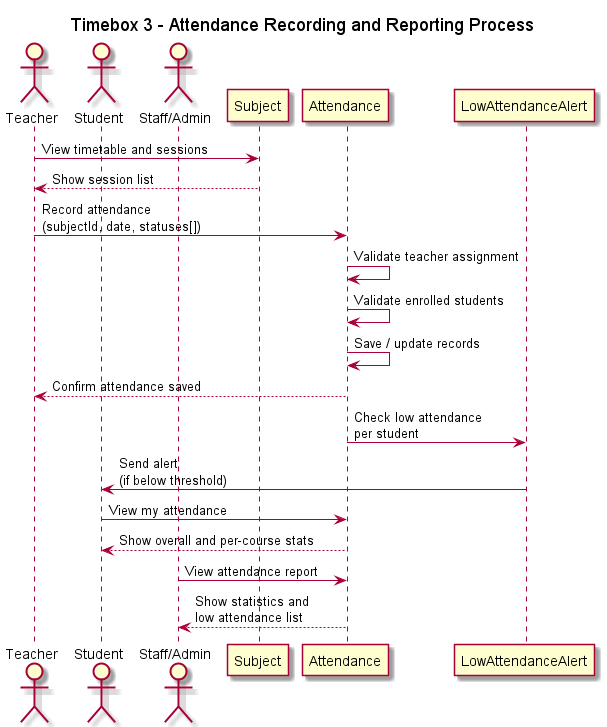
Above: out/sequence/Timebox3_AttendanceSequence/Timebox3_AttendanceSequence.png in KyawMyoHtay1/academic-portal (PlantUML), before the change. Its diagram source:
```plantuml
@startuml
title Timebox 3 - Attendance Recording and Reporting Process

actor Teacher
actor Student
actor Staff as "Staff/Admin"

participant "Subject" as Subject
participant "Attendance" as Attendance
participant "LowAttendanceAlert" as Alert

Teacher -> Subject: View timetable and sessions
Subject --> Teacher: Show session list

Teacher -> Attendance: Record attendance\n(subjectId, date, statuses[])
Attendance -> Attendance: Validate teacher assignment
Attendance -> Attendance: Validate enrolled students
Attendance -> Attendance: Save / update records
Attendance --> Teacher: Confirm attendance saved

Attendance -> Alert: Check low attendance\nper student
Alert -> Student: Send alert\n(if below threshold)

Student -> Attendance: View my attendance
Attendance --> Student: Show overall and per-course stats

Staff -> Attendance: View attendance report
Attendance --> Staff: Show statistics and\nlow attendance list

@enduml
```
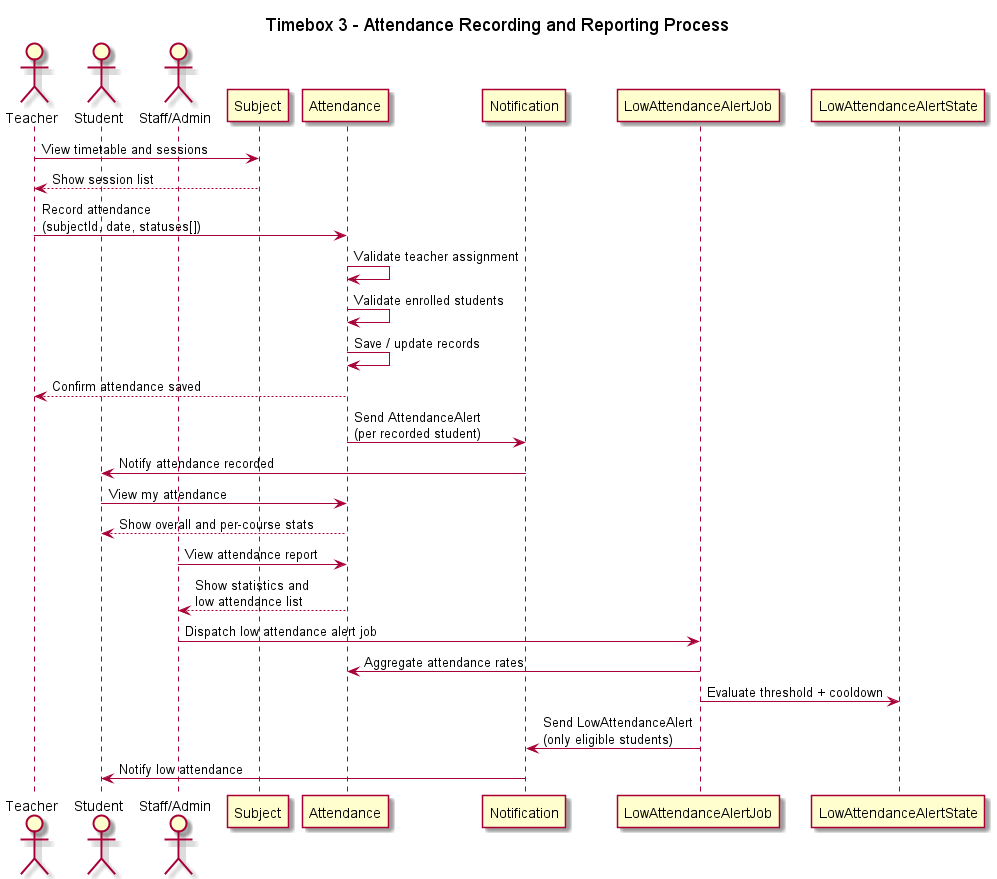
After the change.

Commit message:
Update sequence diagrams: Replace existing PNG files for Timebox1 and Timebox2 sequences, and update Timebox3 sequences to reflect the latest design changes.

The edit, as a diff of the source:
```diff
@@ -7,7 +7,9 @@
 
 participant "Subject" as Subject
 participant "Attendance" as Attendance
-participant "LowAttendanceAlert" as Alert
+participant "Notification" as Notification
+participant "LowAttendanceAlertJob" as AlertJob
+participant "LowAttendanceAlertState" as AlertState
 
 Teacher -> Subject: View timetable and sessions
 Subject --> Teacher: Show session list
@@ -18,8 +20,8 @@
 Attendance -> Attendance: Save / update records
 Attendance --> Teacher: Confirm attendance saved
 
-Attendance -> Alert: Check low attendance\nper student
-Alert -> Student: Send alert\n(if below threshold)
+Attendance -> Notification: Send AttendanceAlert\n(per recorded student)
+Notification -> Student: Notify attendance recorded
 
 Student -> Attendance: View my attendance
 Attendance --> Student: Show overall and per-course stats
@@ -27,4 +29,10 @@
 Staff -> Attendance: View attendance report
 Attendance --> Staff: Show statistics and\nlow attendance list
 
+Staff -> AlertJob: Dispatch low attendance alert job
+AlertJob -> Attendance: Aggregate attendance rates
+AlertJob -> AlertState: Evaluate threshold + cooldown
+AlertJob -> Notification: Send LowAttendanceAlert\n(only eligible students)
+Notification -> Student: Notify low attendance
+
 @enduml
```
